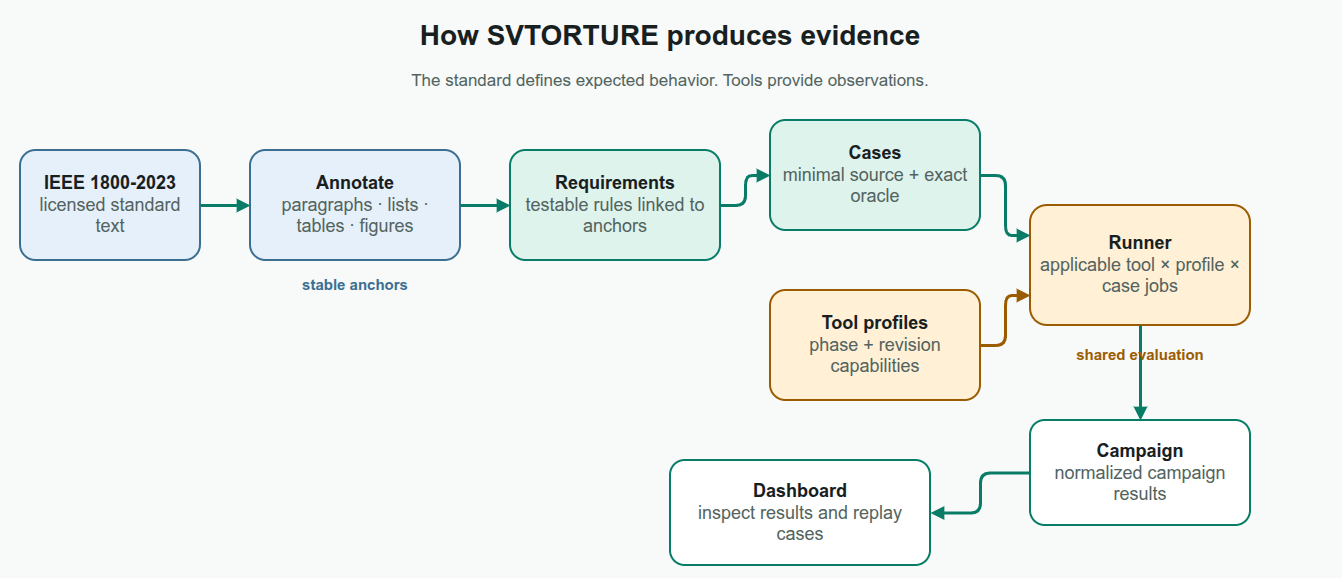
Above: docs/about/assets/standards-to-evidence.drawio.png in kleverhq/svtorture (draw.io), before the change. Source tidied: cells renumbered, new cells last; positions are measured from the earlier drawing's top-left corner, leaving out a move shared by most shapes.
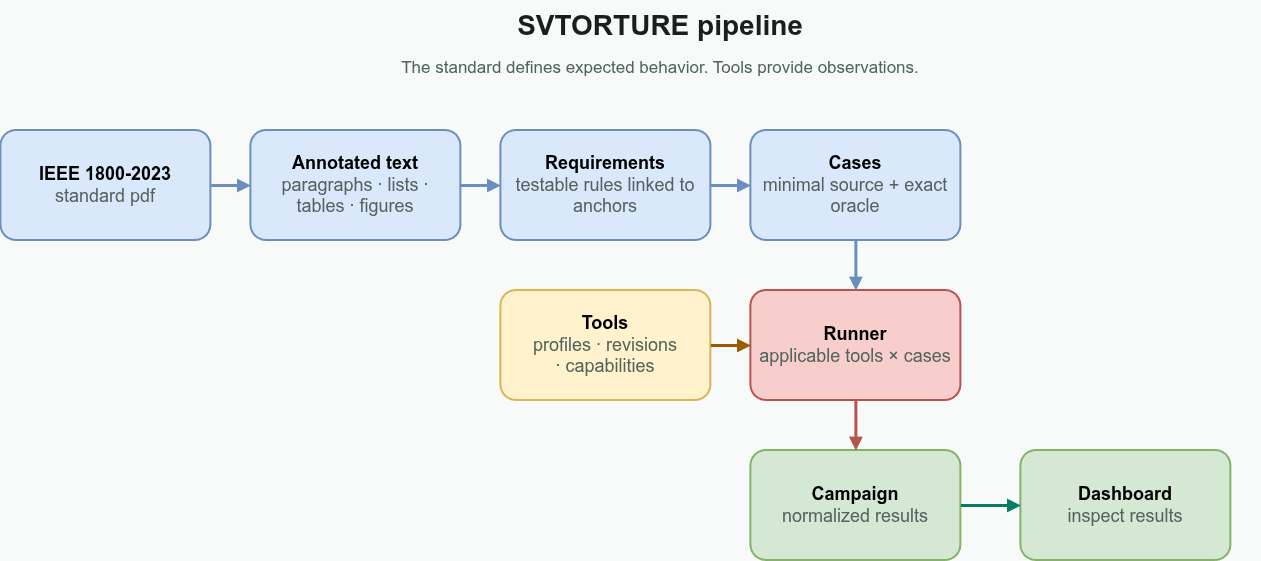
Later version of the same file.

Diff of the diagram source:
```diff
@@ -2,62 +2,59 @@
   <root>
     <mxCell id="0" />
     <mxCell id="1" parent="0" />
-    <mxCell id="2" value="How SVTORTURE produces evidence" style="rounded=1;whiteSpace=wrap;html=1;arcSize=14;fillColor=none;strokeColor=none;strokeWidth=2;fontColor=#17201E;fontSize=28;fontStyle=1;align=center;verticalAlign=middle;spacing=10;rounded=0;spacing=0;verticalAlign=middle;" parent="1" vertex="1">
-      <mxGeometry width="1320" height="50" as="geometry" />
-    </mxCell>
     <mxCell id="3" value="The standard defines expected behavior. Tools provide observations." style="rounded=1;whiteSpace=wrap;html=1;arcSize=14;fillColor=none;strokeColor=none;strokeWidth=2;fontColor=#52635E;fontSize=17;fontStyle=0;align=center;verticalAlign=middle;spacing=10;rounded=0;spacing=0;verticalAlign=middle;" parent="1" vertex="1">
-      <mxGeometry x="80" y="53" width="1160" height="35" as="geometry" />
+      <mxGeometry x="80" y="45" width="1160" height="35" as="geometry" />
     </mxCell>
-    <mxCell id="4" value="&lt;b&gt;IEEE 1800-2023&lt;/b&gt;&lt;br&gt;&lt;font color=&quot;#52635E&quot;&gt;licensed standard text&lt;/font&gt;" style="rounded=1;whiteSpace=wrap;html=1;arcSize=14;fillColor=#E6F0FA;strokeColor=#3C6E91;strokeWidth=2;fontColor=#17201E;fontSize=18;fontStyle=0;align=center;verticalAlign=middle;spacing=10;" parent="1" vertex="1">
-      <mxGeometry x="10" y="140" width="180" height="110" as="geometry" />
+    <mxCell id="4" value="&lt;b&gt;IEEE 1800-2023&lt;/b&gt;&lt;br&gt;&lt;font color=&quot;#52635E&quot;&gt;standard pdf&lt;/font&gt;" style="rounded=1;whiteSpace=wrap;html=1;arcSize=14;fillColor=#dae8fc;strokeColor=#6c8ebf;strokeWidth=2;fontSize=18;fontStyle=0;align=center;verticalAlign=middle;spacing=10;" parent="1" vertex="1">
+      <mxGeometry y="125" width="210" height="110" as="geometry" />
     </mxCell>
-    <mxCell id="5" value="&lt;b&gt;Annotate&lt;/b&gt;&lt;br&gt;&lt;font color=&quot;#52635E&quot;&gt;paragraphs · lists · tables · figures&lt;/font&gt;" style="rounded=1;whiteSpace=wrap;html=1;arcSize=14;fillColor=#E6F0FA;strokeColor=#3C6E91;strokeWidth=2;fontColor=#17201E;fontSize=18;fontStyle=0;align=center;verticalAlign=middle;spacing=10;" parent="1" vertex="1">
-      <mxGeometry x="240" y="140" width="210" height="110" as="geometry" />
+    <mxCell id="5" value="&lt;b&gt;Annotated text&lt;/b&gt;&lt;br&gt;&lt;font color=&quot;#52635E&quot;&gt;paragraphs · lists · tables · figures&lt;/font&gt;" style="rounded=1;whiteSpace=wrap;html=1;arcSize=14;fillColor=#dae8fc;strokeColor=#6c8ebf;strokeWidth=2;fontSize=18;fontStyle=0;align=center;verticalAlign=middle;spacing=10;" parent="1" vertex="1">
+      <mxGeometry x="250" y="125" width="210" height="110" as="geometry" />
     </mxCell>
-    <mxCell id="6" value="&lt;b&gt;Requirements&lt;/b&gt;&lt;br&gt;&lt;font color=&quot;#52635E&quot;&gt;testable rules linked to anchors&lt;/font&gt;" style="rounded=1;whiteSpace=wrap;html=1;arcSize=14;fillColor=#DFF3ED;strokeColor=#087C67;strokeWidth=2;fontColor=#17201E;fontSize=18;fontStyle=0;align=center;verticalAlign=middle;spacing=10;" parent="1" vertex="1">
-      <mxGeometry x="500" y="140" width="210" height="110" as="geometry" />
+    <mxCell id="6" value="&lt;b&gt;Requirements&lt;/b&gt;&lt;br&gt;&lt;font color=&quot;#52635E&quot;&gt;testable rules linked to anchors&lt;/font&gt;" style="rounded=1;whiteSpace=wrap;html=1;arcSize=14;fillColor=#dae8fc;strokeColor=#6c8ebf;strokeWidth=2;fontSize=18;fontStyle=0;align=center;verticalAlign=middle;spacing=10;" parent="1" vertex="1">
+      <mxGeometry x="500" y="125" width="210" height="110" as="geometry" />
     </mxCell>
-    <mxCell id="7" value="&lt;b&gt;Cases&lt;/b&gt;&lt;br&gt;&lt;font color=&quot;#52635E&quot;&gt;minimal source + exact oracle&lt;/font&gt;" style="rounded=1;whiteSpace=wrap;html=1;arcSize=14;fillColor=#DFF3ED;strokeColor=#087C67;strokeWidth=2;fontColor=#17201E;fontSize=18;fontStyle=0;align=center;verticalAlign=middle;spacing=10;" parent="1" vertex="1">
-      <mxGeometry x="760" y="110" width="210" height="110" as="geometry" />
+    <mxCell id="7" value="&lt;b&gt;Cases&lt;/b&gt;&lt;br&gt;&lt;font color=&quot;#52635E&quot;&gt;minimal source + exact oracle&lt;/font&gt;" style="rounded=1;whiteSpace=wrap;html=1;arcSize=14;fillColor=#dae8fc;strokeColor=#6c8ebf;strokeWidth=2;fontSize=18;fontStyle=0;align=center;verticalAlign=middle;spacing=10;" parent="1" vertex="1">
+      <mxGeometry x="750" y="125" width="210" height="110" as="geometry" />
     </mxCell>
-    <mxCell id="8" value="&lt;b&gt;Tool profiles&lt;/b&gt;&lt;br&gt;&lt;font color=&quot;#52635E&quot;&gt;phase + revision capabilities&lt;/font&gt;" style="rounded=1;whiteSpace=wrap;html=1;arcSize=14;fillColor=#FFF0D6;strokeColor=#9B5B00;strokeWidth=2;fontColor=#17201E;fontSize=18;fontStyle=0;align=center;verticalAlign=middle;spacing=10;" parent="1" vertex="1">
-      <mxGeometry x="760" y="280" width="210" height="110" as="geometry" />
+    <mxCell id="8" value="&lt;b&gt;Tools&lt;/b&gt;&lt;br&gt;&lt;font color=&quot;#52635E&quot;&gt;profiles · revisions ·&amp;nbsp;capabilities&lt;/font&gt;" style="rounded=1;whiteSpace=wrap;html=1;arcSize=14;fillColor=#fff2cc;strokeColor=#d6b656;strokeWidth=2;fontSize=18;fontStyle=0;align=center;verticalAlign=middle;spacing=10;" parent="1" vertex="1">
+      <mxGeometry x="500" y="285" width="210" height="110" as="geometry" />
     </mxCell>
-    <mxCell id="9" value="&lt;b&gt;Runner&lt;/b&gt;&lt;br&gt;&lt;font color=&quot;#52635E&quot;&gt;applicable tool × profile × case jobs&lt;/font&gt;" style="rounded=1;whiteSpace=wrap;html=1;arcSize=14;fillColor=#FFF0D6;strokeColor=#9B5B00;strokeWidth=2;fontColor=#17201E;fontSize=18;fontStyle=0;align=center;verticalAlign=middle;spacing=10;" parent="1" vertex="1">
-      <mxGeometry x="1020" y="195" width="220" height="120" as="geometry" />
+    <mxCell id="9" value="&lt;b&gt;Runner&lt;/b&gt;&lt;br&gt;&lt;font color=&quot;#52635E&quot;&gt;applicable tools × cases&lt;/font&gt;" style="rounded=1;whiteSpace=wrap;html=1;arcSize=14;fillColor=#f8cecc;strokeColor=#b85450;strokeWidth=2;fontSize=18;fontStyle=0;align=center;verticalAlign=middle;spacing=10;" parent="1" vertex="1">
+      <mxGeometry x="750" y="285" width="210" height="110" as="geometry" />
     </mxCell>
-    <mxCell id="10" value="&lt;b&gt;Campaign&lt;/b&gt;&lt;br&gt;&lt;font color=&quot;#52635E&quot;&gt;normalized campaign results&lt;/font&gt;" style="rounded=1;whiteSpace=wrap;html=1;arcSize=14;fillColor=#FFFFFF;strokeColor=#087C67;strokeWidth=2;fontColor=#17201E;fontSize=18;fontStyle=0;align=center;verticalAlign=middle;spacing=10;" parent="1" vertex="1">
-      <mxGeometry x="1020" y="410" width="220" height="105" as="geometry" />
+    <mxCell id="10" value="&lt;b&gt;Campaign&lt;/b&gt;&lt;br&gt;&lt;font color=&quot;#52635E&quot;&gt;normalized results&lt;/font&gt;" style="rounded=1;whiteSpace=wrap;html=1;arcSize=14;fillColor=#d5e8d4;strokeColor=#82b366;strokeWidth=2;fontSize=18;fontStyle=0;align=center;verticalAlign=middle;spacing=10;" parent="1" vertex="1">
+      <mxGeometry x="750" y="445" width="210" height="110" as="geometry" />
     </mxCell>
-    <mxCell id="11" value="&lt;b&gt;Dashboard&lt;/b&gt;&lt;br&gt;&lt;font color=&quot;#52635E&quot;&gt;inspect results and replay cases&lt;/font&gt;" style="rounded=1;whiteSpace=wrap;html=1;arcSize=14;fillColor=#FFFFFF;strokeColor=#087C67;strokeWidth=2;fontColor=#17201E;fontSize=18;fontStyle=0;align=center;verticalAlign=middle;spacing=10;" parent="1" vertex="1">
-      <mxGeometry x="660" y="450" width="260" height="105" as="geometry" />
+    <mxCell id="11" value="&lt;b&gt;Dashboard&lt;/b&gt;&lt;br&gt;&lt;font color=&quot;#52635E&quot;&gt;inspect results&lt;/font&gt;" style="rounded=1;whiteSpace=wrap;html=1;arcSize=14;fillColor=#d5e8d4;strokeColor=#82b366;strokeWidth=2;fontSize=18;fontStyle=0;align=center;verticalAlign=middle;spacing=10;" parent="1" vertex="1">
+      <mxGeometry x="1020" y="445" width="210" height="110" as="geometry" />
     </mxCell>
-    <mxCell id="12" style="edgeStyle=orthogonalEdgeStyle;rounded=1;jettySize=auto;html=1;strokeColor=#087C67;strokeWidth=3;endArrow=block;endFill=1;exitX=1;exitY=0.5;entryX=0;entryY=0.5;dashed=0;" parent="1" edge="1" source="4" target="5">
+    <mxCell id="12" style="edgeStyle=orthogonalEdgeStyle;rounded=1;jettySize=auto;html=1;strokeColor=#6c8ebf;strokeWidth=3;endArrow=block;endFill=1;exitX=1;exitY=0.5;entryX=0;entryY=0.5;dashed=0;fillColor=#dae8fc;" parent="1" edge="1" source="4" target="5">
       <mxGeometry relative="1" as="geometry" />
     </mxCell>
-    <mxCell id="13" style="edgeStyle=orthogonalEdgeStyle;rounded=1;jettySize=auto;html=1;strokeColor=#087C67;strokeWidth=3;endArrow=block;endFill=1;exitX=1;exitY=0.5;entryX=0;entryY=0.5;dashed=0;" parent="1" edge="1" source="5" target="6">
+    <mxCell id="13" style="edgeStyle=orthogonalEdgeStyle;rounded=1;jettySize=auto;html=1;strokeColor=#6c8ebf;strokeWidth=3;endArrow=block;endFill=1;exitX=1;exitY=0.5;entryX=0;entryY=0.5;dashed=0;fillColor=#dae8fc;" parent="1" edge="1" source="5" target="6">
       <mxGeometry relative="1" as="geometry" />
     </mxCell>
-    <mxCell id="14" style="edgeStyle=orthogonalEdgeStyle;rounded=1;jettySize=auto;html=1;strokeColor=#087C67;strokeWidth=3;endArrow=block;endFill=1;exitX=1;exitY=0.5;entryX=0;entryY=0.5;dashed=0;" parent="1" edge="1" source="6" target="7">
+    <mxCell id="14" style="edgeStyle=orthogonalEdgeStyle;rounded=1;jettySize=auto;html=1;strokeColor=#6c8ebf;strokeWidth=3;endArrow=block;endFill=1;exitX=1;exitY=0.5;entryX=0;entryY=0.5;dashed=0;fillColor=#dae8fc;" parent="1" edge="1" source="6" target="7">
       <mxGeometry relative="1" as="geometry" />
     </mxCell>
-    <mxCell id="15" style="edgeStyle=orthogonalEdgeStyle;rounded=1;jettySize=auto;html=1;strokeColor=#087C67;strokeWidth=3;endArrow=block;endFill=1;exitX=1;exitY=0.5;entryX=0;entryY=0.25;dashed=0;" parent="1" edge="1" source="7" target="9">
+    <mxCell id="15" style="edgeStyle=orthogonalEdgeStyle;rounded=1;jettySize=auto;html=1;strokeColor=#6c8ebf;strokeWidth=3;endArrow=block;endFill=1;exitX=0.5;exitY=1;entryX=0.5;entryY=0;dashed=0;entryDx=0;entryDy=0;exitDx=0;exitDy=0;fillColor=#dae8fc;" parent="1" edge="1" source="7" target="9">
       <mxGeometry relative="1" as="geometry" />
     </mxCell>
-    <mxCell id="16" style="edgeStyle=orthogonalEdgeStyle;rounded=1;jettySize=auto;html=1;strokeColor=#9B5B00;strokeWidth=3;endArrow=block;endFill=1;exitX=1;exitY=0.5;entryX=0;entryY=0.75;dashed=0;" parent="1" edge="1" source="8" target="9">
+    <mxCell id="16" style="edgeStyle=orthogonalEdgeStyle;rounded=1;jettySize=auto;html=1;strokeColor=#9B5B00;strokeWidth=3;endArrow=block;endFill=1;exitX=1;exitY=0.5;entryX=0;entryY=0.5;dashed=0;entryDx=0;entryDy=0;" parent="1" edge="1" source="8" target="9">
       <mxGeometry relative="1" as="geometry" />
     </mxCell>
-    <mxCell id="17" style="edgeStyle=orthogonalEdgeStyle;rounded=1;jettySize=auto;html=1;strokeColor=#087C67;strokeWidth=3;endArrow=block;endFill=1;exitX=0.5;exitY=1;entryX=0.5;entryY=0;dashed=0;" parent="1" edge="1" source="9" target="10">
+    <mxCell id="17" style="edgeStyle=orthogonalEdgeStyle;rounded=1;jettySize=auto;html=1;strokeColor=#b85450;strokeWidth=3;endArrow=block;endFill=1;exitX=0.5;exitY=1;entryX=0.5;entryY=0;dashed=0;fillColor=#f8cecc;" parent="1" edge="1" source="9" target="10">
       <mxGeometry relative="1" as="geometry" />
     </mxCell>
-    <mxCell id="18" style="edgeStyle=orthogonalEdgeStyle;rounded=1;jettySize=auto;html=1;strokeColor=#087C67;strokeWidth=3;endArrow=block;endFill=1;exitX=0;exitY=0.5;entryX=1;entryY=0.5;dashed=0;" parent="1" edge="1" source="10" target="11">
+    <mxCell id="18" style="edgeStyle=orthogonalEdgeStyle;rounded=1;jettySize=auto;html=1;strokeColor=#087C67;strokeWidth=3;endArrow=block;endFill=1;exitX=1;exitY=0.5;entryX=0;entryY=0.5;dashed=0;exitDx=0;exitDy=0;entryDx=0;entryDy=0;" parent="1" edge="1" source="10" target="11">
       <mxGeometry relative="1" as="geometry" />
     </mxCell>
-    <mxCell id="19" value="stable anchors" style="rounded=1;whiteSpace=wrap;html=1;arcSize=14;fillColor=none;strokeColor=none;strokeWidth=2;fontColor=#3C6E91;fontSize=15;fontStyle=1;align=center;verticalAlign=middle;spacing=10;rounded=0;spacing=0;verticalAlign=middle;" parent="1" vertex="1">
-      <mxGeometry x="255" y="260" width="180" height="28" as="geometry" />
-    </mxCell>
-    <mxCell id="20" value="shared evaluation" style="rounded=1;whiteSpace=wrap;html=1;arcSize=14;fillColor=none;strokeColor=none;strokeWidth=2;fontColor=#9B5B00;fontSize=15;fontStyle=1;align=center;verticalAlign=middle;spacing=10;rounded=0;spacing=0;verticalAlign=middle;" parent="1" vertex="1">
-      <mxGeometry x="1050" y="330" width="160" height="28" as="geometry" />
-    </mxCell>
+    <mxCell id="21" style="edgeStyle=orthogonalEdgeStyle;rounded=0;orthogonalLoop=1;jettySize=auto;html=1;innerLoopWaypoints=1;exitX=0.5;exitY=1;exitDx=0;exitDy=0;" parent="1" edge="1" source="8" target="8">
+      <mxGeometry relative="1" as="geometry" />
+    </mxCell>
+    <mxCell id="22" value="SVTORTURE pipeline" style="rounded=1;whiteSpace=wrap;html=1;arcSize=14;fillColor=none;strokeColor=none;strokeWidth=2;fontColor=#17201E;fontSize=28;fontStyle=1;align=center;verticalAlign=middle;spacing=10;rounded=0;spacing=0;verticalAlign=middle;" parent="1" vertex="1">
+      <mxGeometry x="60" y="-5" width="1200" height="50" as="geometry" />
+    </mxCell>
   </root>
 </mxGraphModel>
```
